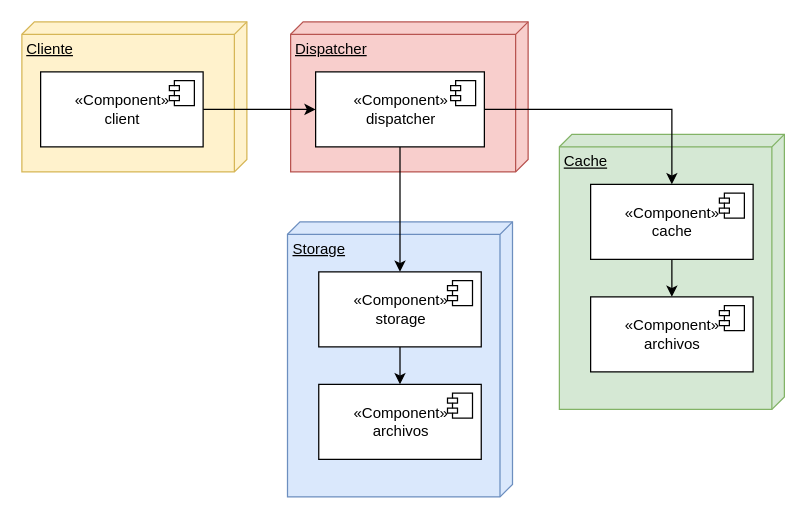
The draw.io diagram page "despliegue" (1 of 3) of diagramas/diagramas.drawio in dhasane/gestor-informacion, before the edit. Source tidied: cells renumbered, new cells numbered last; positions are measured from the earlier drawing's top-left corner, leaving out a move shared by most shapes. Both pictures are drawn from the tidied source at 125%, with x=0, y=0 at pixel (21, 21).
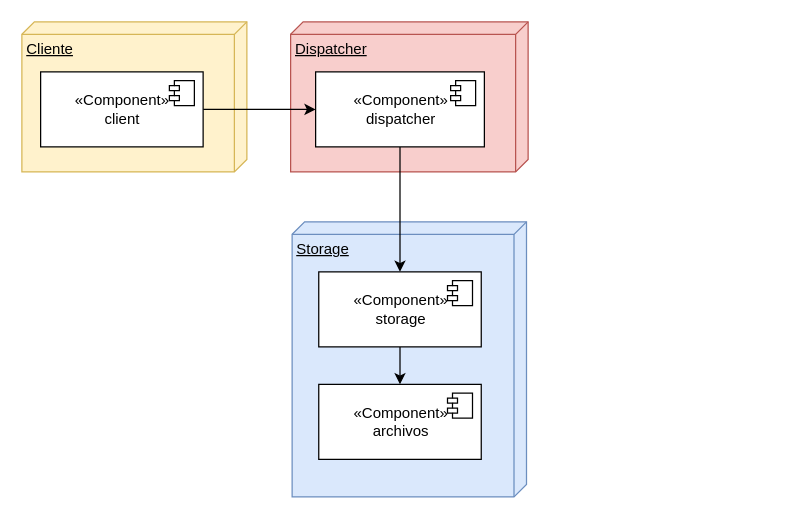
After the change.

The change refers to these unchanged cells:
```xml
<mxCell id="8" value="«Component»&lt;br&gt;dispatcher" style="html=1;" parent="1" vertex="1">
  <mxGeometry x="235" y="40" width="135" height="60" as="geometry" />
</mxCell>
```

The edit, as a diff of the source:
```diff
@@
     <mxCell id="4" value="Storage" style="verticalAlign=top;align=left;spacingTop=8;spacingLeft=2;spacingRight=12;shape=cube;size=10;direction=south;fontStyle=4;html=1;fillColor=#dae8fc;strokeColor=#6c8ebf;" parent="1" vertex="1">
-      <mxGeometry x="212.5" y="160" width="180" height="220" as="geometry" />
+      <mxGeometry x="216.2" y="160" width="187.5" height="220" as="geometry" />
     </mxCell>
-    <mxCell id="5" value="Cache" style="verticalAlign=top;align=left;spacingTop=8;spacingLeft=2;spacingRight=12;shape=cube;size=10;direction=south;fontStyle=4;html=1;fillColor=#d5e8d4;strokeColor=#82b366;" parent="1" vertex="1">
-      <mxGeometry x="430" y="90" width="180" height="220" as="geometry" />
-    </mxCell>
-    <mxCell id="6" style="edgeStyle=orthogonalEdgeStyle;rounded=0;jettySize=auto;html=1;" parent="1" edge="1" source="8" target="11">
-      <mxGeometry relative="1" as="geometry">
-        <Array as="points">
-          <mxPoint x="520" y="70" />
-        </Array>
-      </mxGeometry>
-    </mxCell>
@@
-    <mxCell id="10" style="edgeStyle=orthogonalEdgeStyle;rounded=0;jettySize=auto;html=1;" parent="1" edge="1" source="11" target="13">
-      <mxGeometry relative="1" as="geometry">
-        <Array as="points">
-          <mxPoint x="520" y="210" />
-          <mxPoint x="520" y="210" />
-        </Array>
-      </mxGeometry>
-    </mxCell>
-    <mxCell id="11" value="«Component»&lt;br&gt;cache" style="html=1;" parent="1" vertex="1">
-      <mxGeometry x="455" y="130" width="130" height="60" as="geometry" />
-    </mxCell>
-    <mxCell id="12" style="shape=module;jettyWidth=8;jettyHeight=4;" parent="11" vertex="1">
-      <mxGeometry x="1" width="20" height="20" relative="1" as="geometry">
-        <mxPoint x="-27" y="7" as="offset" />
-      </mxGeometry>
-    </mxCell>
-    <mxCell id="13" value="«Component»&lt;br&gt;archivos" style="html=1;" parent="1" vertex="1">
-      <mxGeometry x="455" y="220" width="130" height="60" as="geometry" />
-    </mxCell>
-    <mxCell id="14" style="shape=module;jettyWidth=8;jettyHeight=4;" parent="13" vertex="1">
-      <mxGeometry x="1" width="20" height="20" relative="1" as="geometry">
-        <mxPoint x="-27" y="7" as="offset" />
-      </mxGeometry>
-    </mxCell>
```
